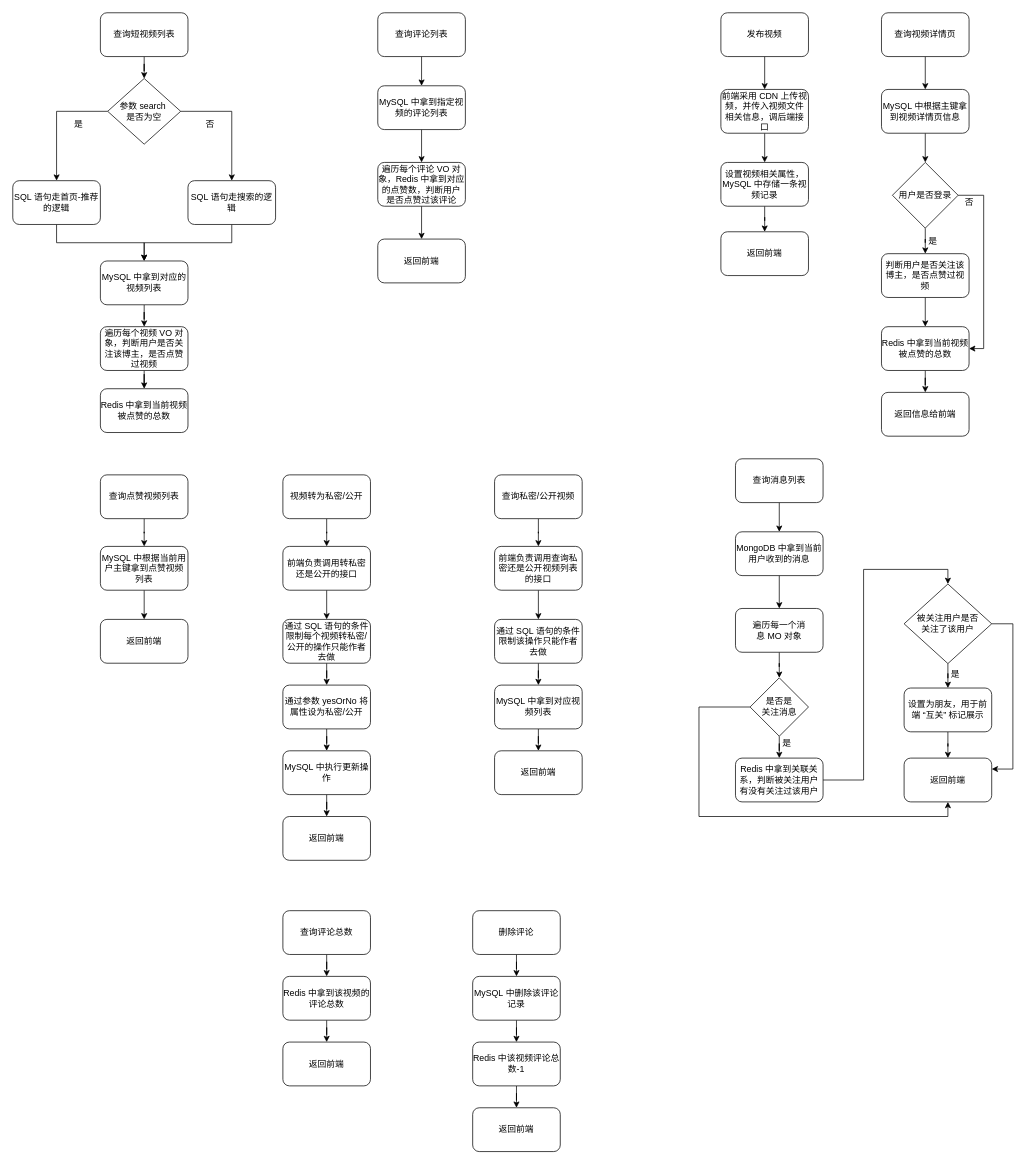
lee11xx/picgo-img keeps this draw.io diagram as 视频模块.drawio. Above is the earlier version. Source tidied: cells renumbered, new cells numbered last; positions are measured from the earlier drawing's top-left corner, leaving out a move shared by most shapes. Both pictures are drawn from the tidied source at 73%, with x=0, y=0 at pixel (12, 12).
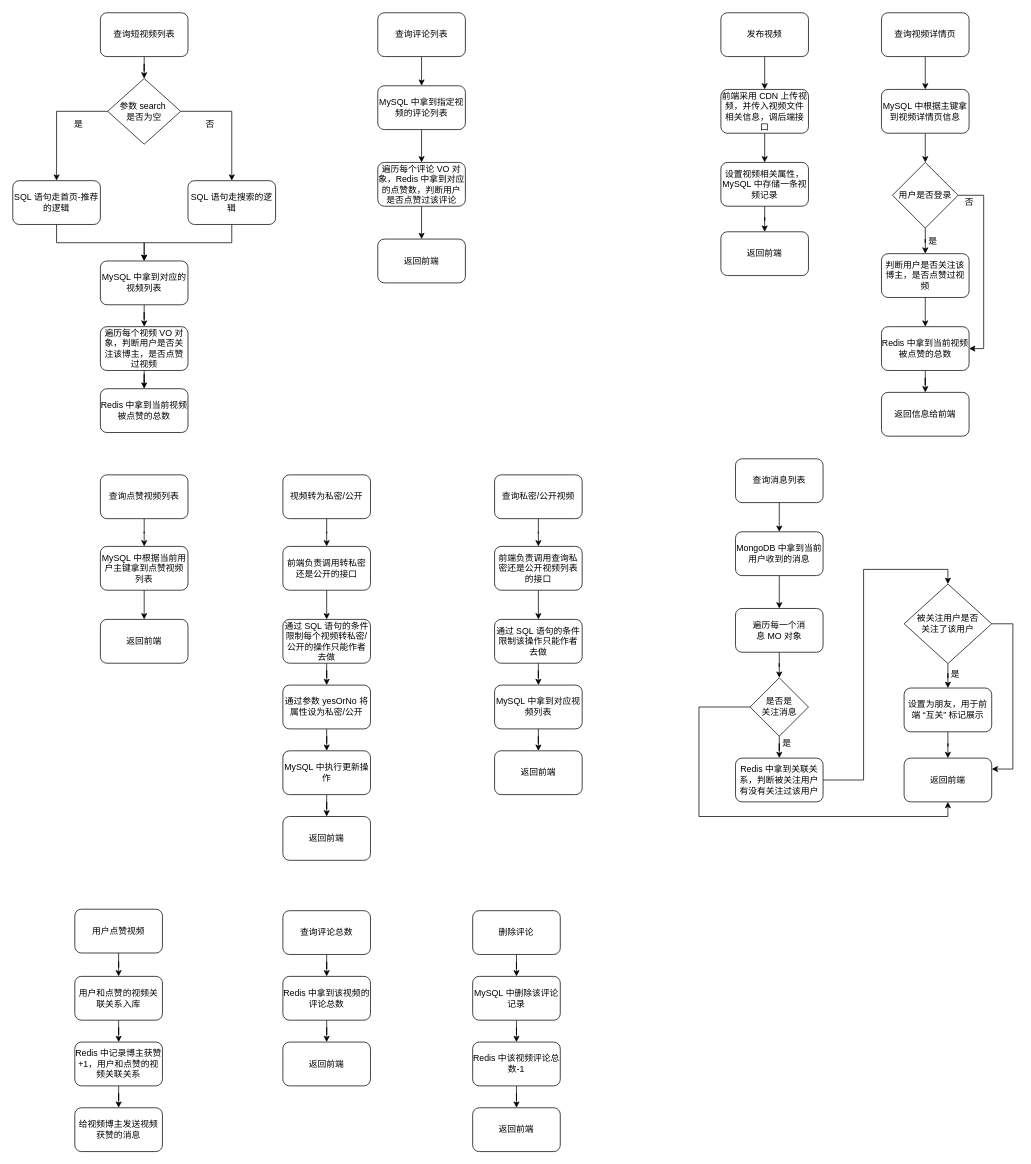
The same page after the edit.

Commit message:
更新视频模块.drawio

Diff of the diagram source:
```diff
@@
+    <mxCell id="102" style="edgeStyle=orthogonalEdgeStyle;rounded=0;jettySize=auto;html=1;" parent="1" edge="1" source="103" target="105">
+      <mxGeometry relative="1" as="geometry" />
+    </mxCell>
+    <mxCell id="103" value="用户点赞视频" style="rounded=1;whiteSpace=wrap;html=1;" parent="1" vertex="1">
+      <mxGeometry x="85" y="1228" width="120" height="60" as="geometry" />
+    </mxCell>
+    <mxCell id="104" style="edgeStyle=orthogonalEdgeStyle;rounded=0;jettySize=auto;html=1;" parent="1" edge="1" source="105" target="107">
+      <mxGeometry relative="1" as="geometry" />
+    </mxCell>
+    <mxCell id="105" value="用户和点赞的视频关联关系入库" style="rounded=1;whiteSpace=wrap;html=1;" parent="1" vertex="1">
+      <mxGeometry x="85" y="1320" width="120" height="60" as="geometry" />
+    </mxCell>
+    <mxCell id="106" style="edgeStyle=orthogonalEdgeStyle;rounded=0;jettySize=auto;html=1;" parent="1" edge="1" source="107" target="108">
+      <mxGeometry relative="1" as="geometry" />
+    </mxCell>
+    <mxCell id="107" value="Redis&amp;nbsp;中记录博主获赞+1，用户和点赞的视频关联关系" style="rounded=1;whiteSpace=wrap;html=1;" parent="1" vertex="1">
+      <mxGeometry x="85" y="1410" width="120" height="60" as="geometry" />
+    </mxCell>
+    <mxCell id="108" value="给视频博主发送视频获赞的消息" style="rounded=1;whiteSpace=wrap;html=1;" parent="1" vertex="1">
+      <mxGeometry x="85" y="1500" width="120" height="60" as="geometry" />
+    </mxCell>
```
